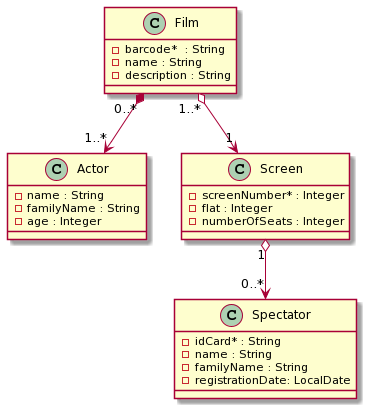
miw-upm/apaw-practice keeps this PlantUML diagram as docs/cinema.models.png. Above is the earlier version.
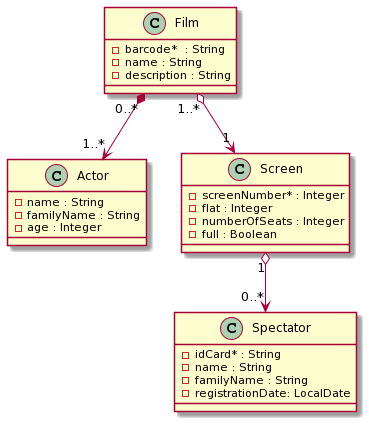
The same file after the commit.

The edit, as a diff of the source:
```diff
@@ -12,6 +12,7 @@
 -screenNumber* : Integer
 -flat : Integer
 -numberOfSeats : Integer
+-full : Boolean
 }
 class Spectator{
 - idCard* : String
```
